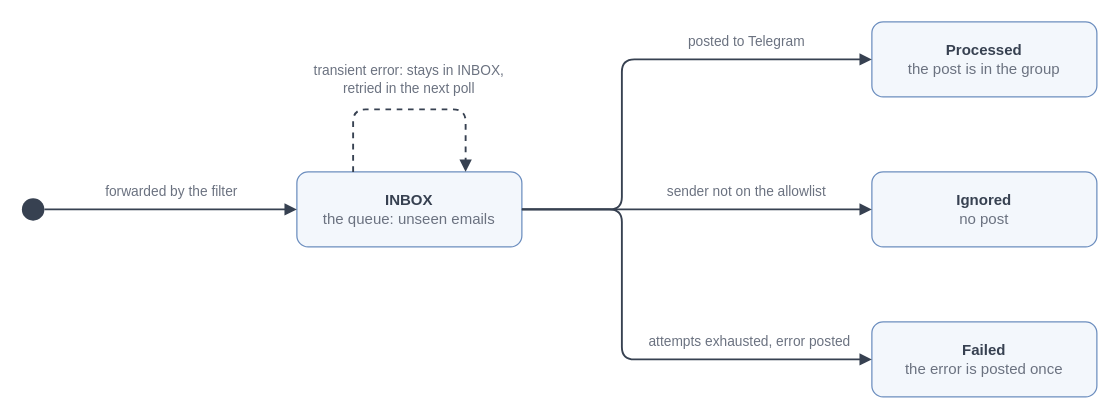
Before: images/kindergarten-email-checker-labels.drawio in DeV1L/www.trueadmin.ru, a draw.io diagram. Source tidied: cells renumbered, new cells numbered last; positions are measured from the earlier drawing's top-left corner, leaving out a move shared by most shapes. Both pictures are drawn from the tidied source at 125%, with x=0, y=0 at pixel (21, 21).
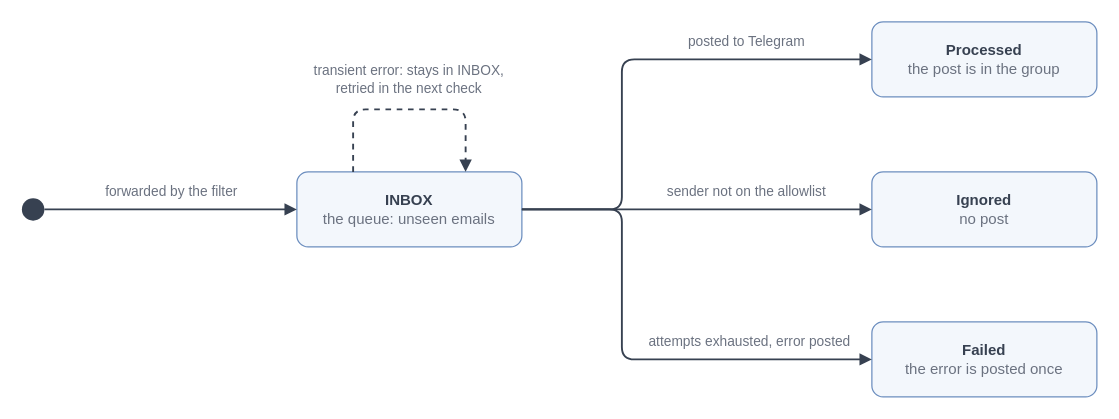
The same page after the edit.

What changed in the source:
```diff
@@
-    <mxCell id="16" value="transient error: stays in INBOX,&lt;br&gt;retried in the next poll" style="text;html=1;align=center;verticalAlign=middle;whiteSpace=wrap;fontSize=11;fontFamily=Helvetica;fontColor=#6b7280;" parent="1" vertex="1">
+    <mxCell id="16" value="transient error: stays in INBOX,&lt;br&gt;retried in the next check" style="text;html=1;align=center;verticalAlign=middle;whiteSpace=wrap;fontSize=11;fontFamily=Helvetica;fontColor=#6b7280;" parent="1" vertex="1">
       <mxGeometry x="220" y="28" width="180" height="36" as="geometry" />
     </mxCell>
```
